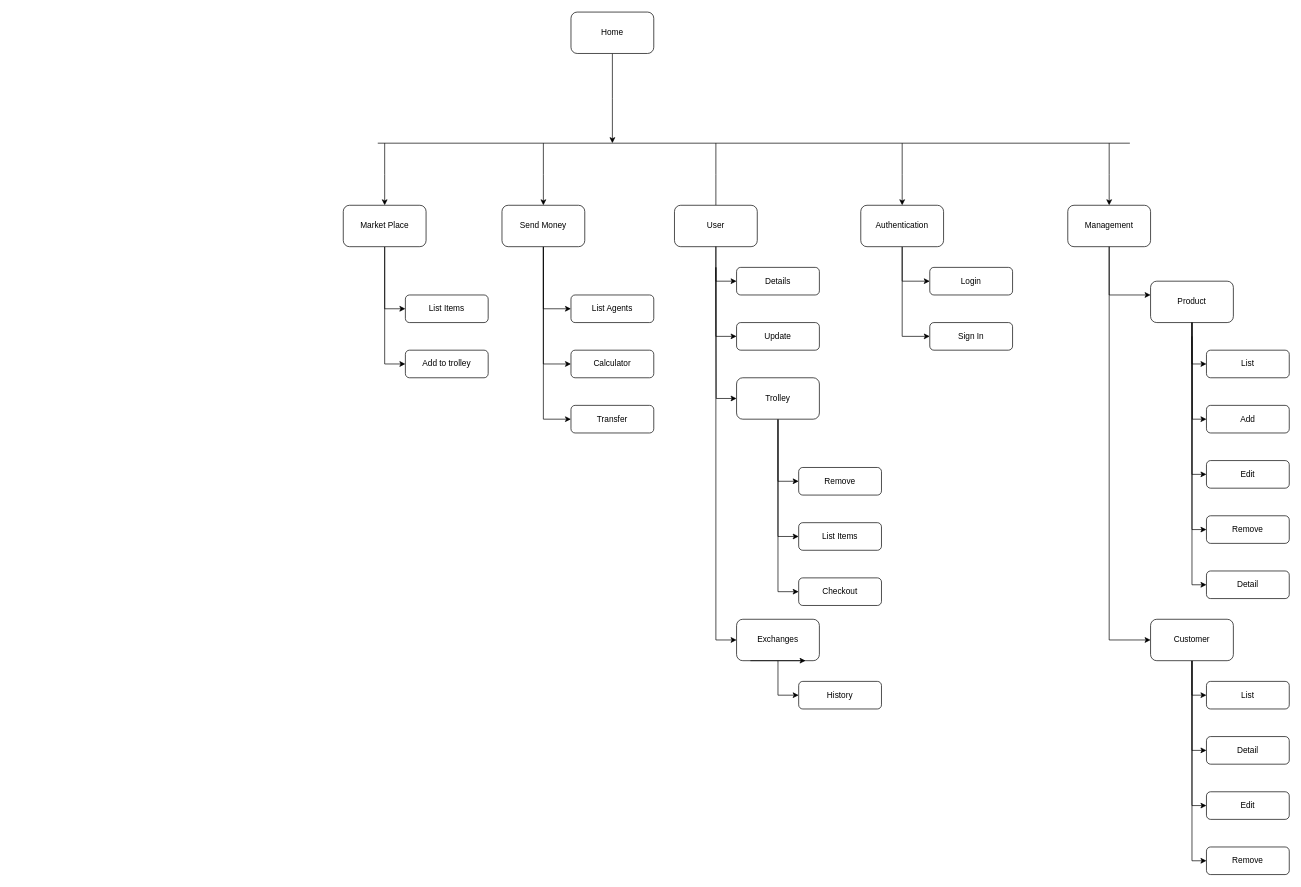
Earlier version of the draw.io diagram Documentation/SiteMap.drawio (llanos1205/SOFT703). Source tidied: cells renumbered, new cells numbered last; positions are measured from the earlier drawing's top-left corner, leaving out a move shared by most shapes. Both pictures are drawn from the tidied source at 69%, with x=0, y=0 at pixel (343, 12).
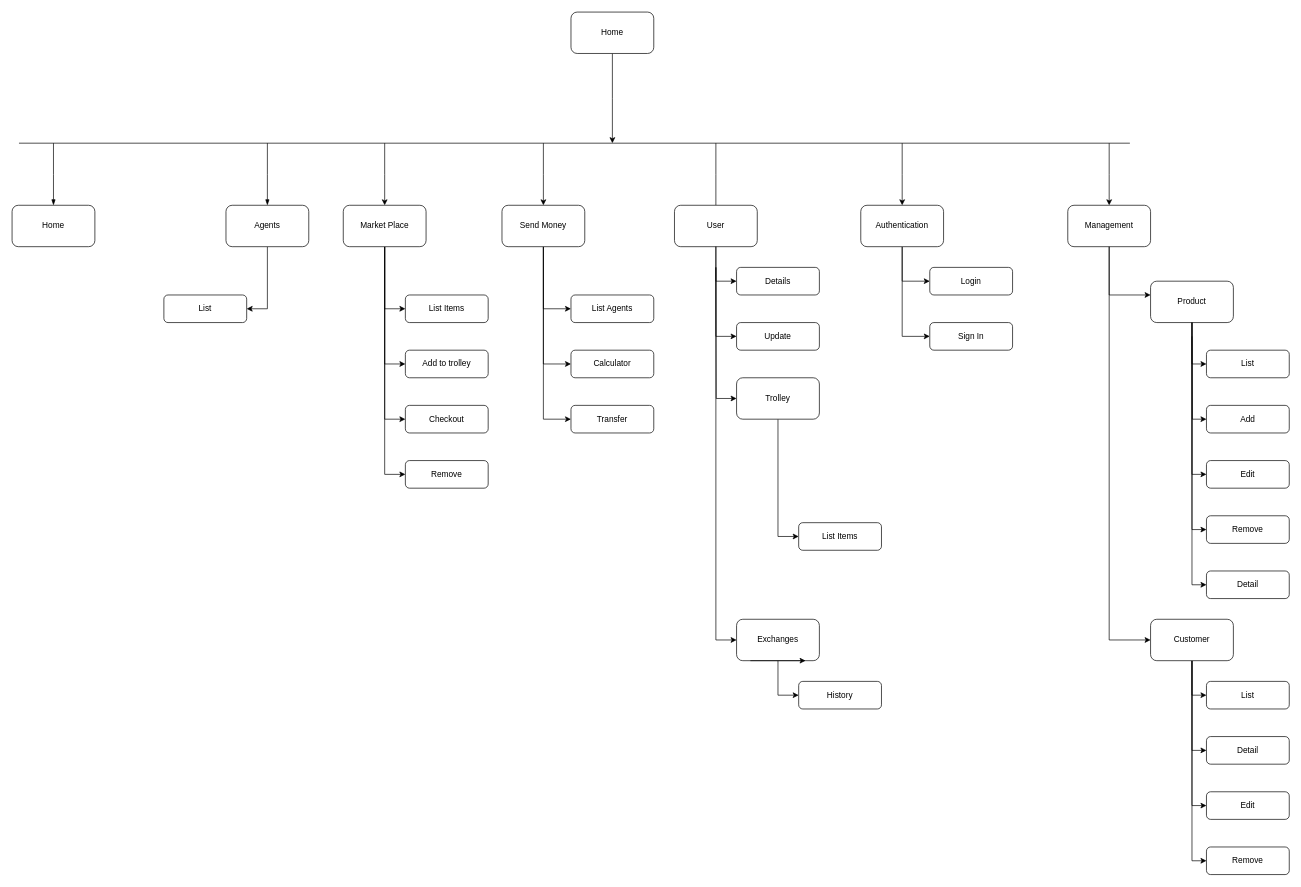
Above is the later version.

The change refers to these unchanged cells:
```xml
<mxCell id="8" value="Market Place" style="rounded=1;whiteSpace=wrap;html=1;" parent="1" vertex="1">
  <mxGeometry y="280" width="120" height="60" as="geometry" />
</mxCell>
<mxCell id="19" value="Trolley" style="rounded=1;whiteSpace=wrap;html=1;" parent="1" vertex="1">
  <mxGeometry x="570" y="530" width="120" height="60" as="geometry" />
</mxCell>
```

Diff of the diagram source:
```diff
@@
     <mxCell id="4" style="endArrow=none;html=1;rounded=0;" parent="1" edge="1">
       <mxGeometry relative="1" as="geometry">
-        <mxPoint x="50" y="190" as="sourcePoint" />
+        <mxPoint x="-470" y="190" as="sourcePoint" />
         <mxPoint x="1140" y="190" as="targetPoint" />
       </mxGeometry>
     </mxCell>
@@
+    <mxCell id="68" style="edgeStyle=orthogonalEdgeStyle;rounded=0;jettySize=auto;html=1;entryX=0;entryY=0.5;entryDx=0;entryDy=0;" parent="1" edge="1" source="8" target="24">
+      <mxGeometry relative="1" as="geometry" />
+    </mxCell>
+    <mxCell id="69" style="edgeStyle=orthogonalEdgeStyle;rounded=0;jettySize=auto;html=1;entryX=0;entryY=0.5;entryDx=0;entryDy=0;" parent="1" edge="1" source="8" target="22">
+      <mxGeometry relative="1" as="geometry" />
+    </mxCell>
@@
-    <mxCell id="15" style="edgeStyle=orthogonalEdgeStyle;rounded=0;jettySize=auto;html=1;entryX=0;entryY=0.5;entryDx=0;entryDy=0;" parent="1" edge="1" source="19" target="22">
-      <mxGeometry relative="1" as="geometry" />
-    </mxCell>
@@
-    <mxCell id="17" style="edgeStyle=orthogonalEdgeStyle;rounded=0;jettySize=auto;html=1;entryX=0;entryY=0.5;entryDx=0;entryDy=0;" parent="1" edge="1" source="19" target="24">
-      <mxGeometry relative="1" as="geometry" />
-    </mxCell>
@@
-    <mxCell id="22" value="Remove" style="rounded=1;whiteSpace=wrap;html=1;" parent="1" vertex="1">
-      <mxGeometry x="660" y="660" width="120" height="40" as="geometry" />
-    </mxCell>
@@
-    <mxCell id="24" value="Checkout" style="rounded=1;whiteSpace=wrap;html=1;" parent="1" vertex="1">
-      <mxGeometry x="660" y="820" width="120" height="40" as="geometry" />
-    </mxCell>
@@
+    <mxCell id="24" value="Checkout" style="rounded=1;whiteSpace=wrap;html=1;" parent="1" vertex="1">
+      <mxGeometry x="90" y="570" width="120" height="40" as="geometry" />
+    </mxCell>
+    <mxCell id="22" value="Remove" style="rounded=1;whiteSpace=wrap;html=1;" parent="1" vertex="1">
+      <mxGeometry x="90" y="650" width="120" height="40" as="geometry" />
+    </mxCell>
+    <mxCell id="70" style="edgeStyle=orthogonalEdgeStyle;rounded=0;jettySize=auto;html=1;startArrow=blockThin;startFill=1;endArrow=none;endFill=0;" parent="1" edge="1" source="72">
+      <mxGeometry relative="1" as="geometry">
+        <mxPoint x="-110" y="190" as="targetPoint" />
+      </mxGeometry>
+    </mxCell>
+    <mxCell id="71" style="edgeStyle=orthogonalEdgeStyle;rounded=0;jettySize=auto;html=1;startArrow=none;startFill=0;endArrow=classic;endFill=1;entryX=1;entryY=0.5;entryDx=0;entryDy=0;" parent="1" edge="1" source="72" target="73">
+      <mxGeometry relative="1" as="geometry" />
+    </mxCell>
+    <mxCell id="72" value="Agents" style="rounded=1;whiteSpace=wrap;html=1;" parent="1" vertex="1">
+      <mxGeometry x="-170" y="280" width="120" height="60" as="geometry" />
+    </mxCell>
+    <mxCell id="73" value="List" style="rounded=1;whiteSpace=wrap;html=1;" parent="1" vertex="1">
+      <mxGeometry x="-260" y="410" width="120" height="40" as="geometry" />
+    </mxCell>
+    <mxCell id="74" style="edgeStyle=orthogonalEdgeStyle;rounded=0;jettySize=auto;html=1;startArrow=blockThin;startFill=1;endArrow=none;endFill=0;" parent="1" edge="1" source="75">
+      <mxGeometry relative="1" as="geometry">
+        <mxPoint x="-420" y="190" as="targetPoint" />
+      </mxGeometry>
+    </mxCell>
+    <mxCell id="75" value="Home" style="rounded=1;whiteSpace=wrap;html=1;" parent="1" vertex="1">
+      <mxGeometry x="-480" y="280" width="120" height="60" as="geometry" />
+    </mxCell>
```
